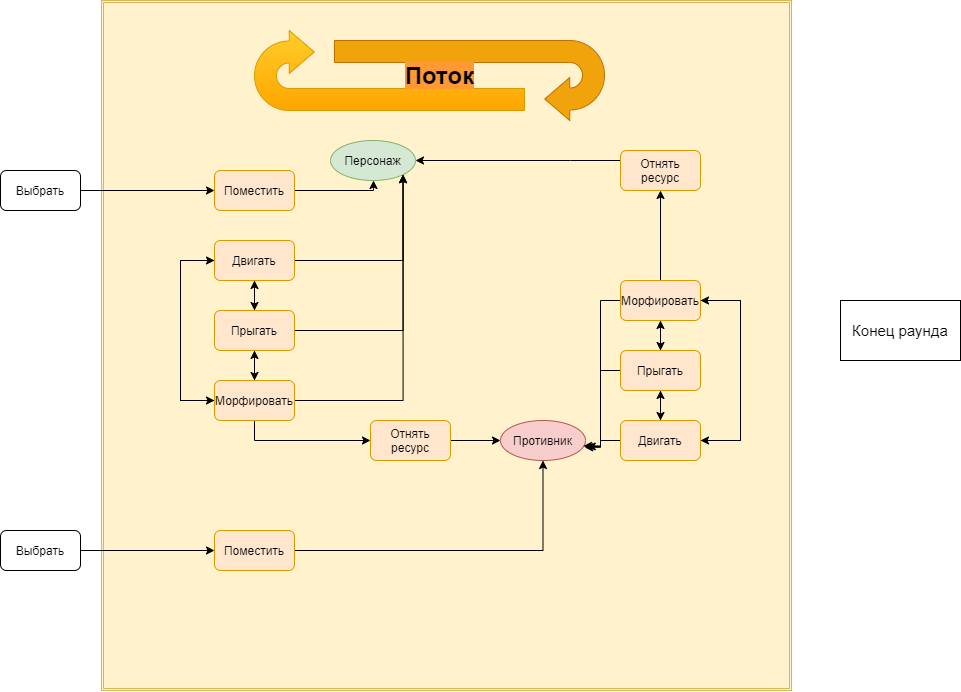
Above: Untitled Diagram.png in jeanko-buzzerBeater/Test (draw.io), before the change. Source tidied: cells renumbered, new cells last; positions are measured from the earlier drawing's top-left corner, leaving out a move shared by most shapes.
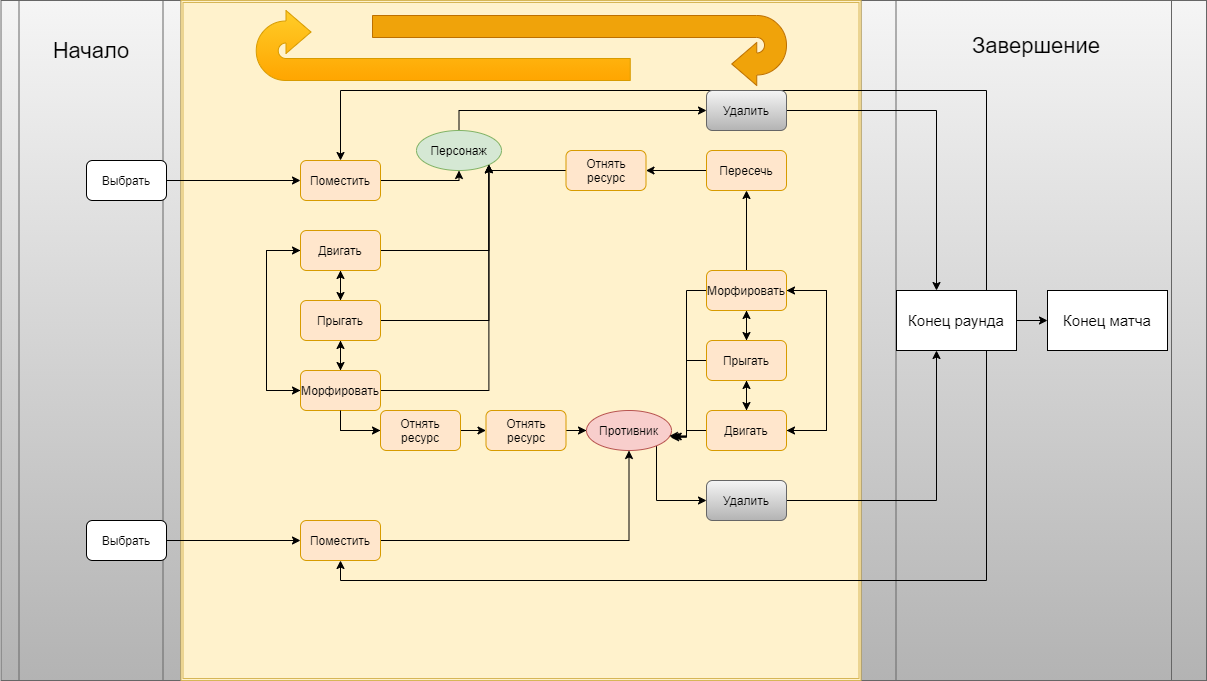
After the change.

Diff of the diagram source:
```diff
@@ -2,12 +2,25 @@
   <root>
     <mxCell id="0" />
     <mxCell id="1" parent="0" />
+    <mxCell id="48" style="shape=process;whiteSpace=wrap;html=1;backgroundOutline=1;gradientColor=#b3b3b3;fillColor=#f5f5f5;strokeColor=#666666;" parent="1" vertex="1">
+      <mxGeometry x="774.5" y="10" width="345.5" height="680" as="geometry" />
+    </mxCell>
+    <mxCell id="49" style="shape=process;whiteSpace=wrap;html=1;backgroundOutline=1;gradientColor=#b3b3b3;fillColor=#f5f5f5;strokeColor=#666666;" parent="1" vertex="1">
+      <mxGeometry x="-85.5" y="10" width="180" height="680" as="geometry" />
+    </mxCell>
     <mxCell id="2" value="Выбрать" style="rounded=1;whiteSpace=wrap;html=1;" parent="1" vertex="1">
       <mxGeometry y="170" width="80" height="40" as="geometry" />
     </mxCell>
     <mxCell id="3" style="shape=ext;double=1;whiteSpace=wrap;html=1;fillColor=#fff2cc;strokeColor=#d6b656;" parent="1" vertex="1">
-      <mxGeometry x="101" width="690" height="690" as="geometry" />
+      <mxGeometry x="94.5" y="10" width="680" height="680" as="geometry" />
     </mxCell>
+    <mxCell id="50" style="edgeStyle=orthogonalEdgeStyle;rounded=0;jettySize=auto;html=1;" parent="1" edge="1" source="4" target="64">
+      <mxGeometry relative="1" as="geometry">
+        <Array as="points">
+          <mxPoint x="373" y="120" />
+        </Array>
+      </mxGeometry>
+    </mxCell>
     <mxCell id="4" value="Персонаж" style="ellipse;whiteSpace=wrap;html=1;fillColor=#d5e8d4;strokeColor=#82b366;" parent="1" vertex="1">
       <mxGeometry x="330" y="140" width="85" height="40" as="geometry" />
     </mxCell>
@@ -62,7 +75,7 @@
         </Array>
       </mxGeometry>
     </mxCell>
-    <mxCell id="17" style="edgeStyle=orthogonalEdgeStyle;rounded=0;jettySize=auto;html=1;entryX=0;entryY=0.5;entryDx=0;entryDy=0;" parent="1" edge="1" source="18" target="20">
+    <mxCell id="17" style="edgeStyle=orthogonalEdgeStyle;rounded=0;jettySize=auto;html=1;entryX=0;entryY=0.5;entryDx=0;entryDy=0;" parent="1" edge="1" source="59" target="20">
       <mxGeometry relative="1" as="geometry">
         <Array as="points">
           <mxPoint x="254" y="440" />
@@ -72,14 +85,19 @@
     <mxCell id="18" value="Морфировать" style="rounded=1;whiteSpace=wrap;html=1;fillColor=#ffe6cc;strokeColor=#d79b00;" parent="1" vertex="1">
       <mxGeometry x="214" y="380" width="80" height="40" as="geometry" />
     </mxCell>
-    <mxCell id="19" style="edgeStyle=orthogonalEdgeStyle;rounded=0;jettySize=auto;html=1;" parent="1" edge="1" source="20">
-      <mxGeometry relative="1" as="geometry">
-        <mxPoint x="500" y="440" as="targetPoint" />
-      </mxGeometry>
-    </mxCell>
+    <mxCell id="51" style="edgeStyle=orthogonalEdgeStyle;rounded=0;jettySize=auto;html=1;" parent="1" edge="1" source="20" target="21">
+      <mxGeometry relative="1" as="geometry" />
+    </mxCell>
     <mxCell id="20" value="Отнять&lt;br&gt;ресурс" style="rounded=1;whiteSpace=wrap;html=1;fillColor=#ffe6cc;strokeColor=#d79b00;" parent="1" vertex="1">
-      <mxGeometry x="370" y="420" width="80" height="40" as="geometry" />
+      <mxGeometry x="399.5" y="420" width="80" height="40" as="geometry" />
     </mxCell>
+    <mxCell id="52" style="edgeStyle=orthogonalEdgeStyle;rounded=0;jettySize=auto;html=1;entryX=0;entryY=0.5;entryDx=0;entryDy=0;" parent="1" edge="1" source="21" target="62">
+      <mxGeometry relative="1" as="geometry">
+        <Array as="points">
+          <mxPoint x="570" y="510" />
+        </Array>
+      </mxGeometry>
+    </mxCell>
     <mxCell id="21" value="Противник" style="ellipse;whiteSpace=wrap;html=1;fillColor=#f8cecc;strokeColor=#b85450;" parent="1" vertex="1">
       <mxGeometry x="500" y="420" width="85" height="40" as="geometry" />
     </mxCell>
@@ -120,9 +138,9 @@
         </Array>
       </mxGeometry>
     </mxCell>
-    <mxCell id="31" style="edgeStyle=orthogonalEdgeStyle;rounded=0;jettySize=auto;html=1;" parent="1" edge="1" source="32" target="43">
-      <mxGeometry relative="1" as="geometry" />
-    </mxCell>
+    <mxCell id="53" style="edgeStyle=orthogonalEdgeStyle;rounded=0;jettySize=auto;html=1;entryX=0.5;entryY=1;entryDx=0;entryDy=0;" parent="1" edge="1" source="32" target="58">
+      <mxGeometry relative="1" as="geometry" />
+    </mxCell>
     <mxCell id="32" value="Морфировать" style="rounded=1;whiteSpace=wrap;html=1;fillColor=#ffe6cc;strokeColor=#d79b00;" parent="1" vertex="1">
       <mxGeometry x="620" y="280" width="80" height="40" as="geometry" />
     </mxCell>
@@ -163,28 +181,84 @@
     <mxCell id="41" value="Двигать" style="rounded=1;whiteSpace=wrap;html=1;fillColor=#ffe6cc;strokeColor=#d79b00;" parent="1" vertex="1">
       <mxGeometry x="620" y="420" width="80" height="40" as="geometry" />
     </mxCell>
-    <mxCell id="42" style="edgeStyle=orthogonalEdgeStyle;rounded=0;jettySize=auto;html=1;" parent="1" edge="1" source="43" target="4">
+    <mxCell id="42" style="edgeStyle=orthogonalEdgeStyle;rounded=0;jettySize=auto;html=1;entryX=1;entryY=1;entryDx=0;entryDy=0;" parent="1" edge="1" source="43" target="4">
       <mxGeometry relative="1" as="geometry">
         <Array as="points">
-          <mxPoint x="570" y="160" />
-          <mxPoint x="570" y="160" />
+          <mxPoint x="403" y="180" />
         </Array>
       </mxGeometry>
     </mxCell>
     <mxCell id="43" value="Отнять&lt;br&gt;ресурс" style="rounded=1;whiteSpace=wrap;html=1;fillColor=#ffe6cc;strokeColor=#d79b00;" parent="1" vertex="1">
-      <mxGeometry x="620" y="150" width="80" height="40" as="geometry" />
+      <mxGeometry x="479.5" y="160" width="80" height="40" as="geometry" />
     </mxCell>
+    <mxCell id="54" style="edgeStyle=orthogonalEdgeStyle;rounded=0;jettySize=auto;html=1;" parent="1" edge="1" source="44" target="22">
+      <mxGeometry relative="1" as="geometry">
+        <Array as="points">
+          <mxPoint x="900" y="100" />
+          <mxPoint x="254" y="100" />
+        </Array>
+      </mxGeometry>
+    </mxCell>
+    <mxCell id="55" style="edgeStyle=orthogonalEdgeStyle;rounded=0;jettySize=auto;html=1;entryX=0.5;entryY=1;entryDx=0;entryDy=0;" parent="1" edge="1" source="44" target="26">
+      <mxGeometry relative="1" as="geometry">
+        <Array as="points">
+          <mxPoint x="900" y="590" />
+          <mxPoint x="254" y="590" />
+        </Array>
+      </mxGeometry>
+    </mxCell>
+    <mxCell id="56" style="edgeStyle=orthogonalEdgeStyle;rounded=0;jettySize=auto;html=1;" parent="1" edge="1" source="44" target="65">
+      <mxGeometry relative="1" as="geometry" />
+    </mxCell>
     <mxCell id="44" value="&lt;font style=&quot;font-size: 15px&quot;&gt;Конец раунда&lt;/font&gt;" style="rounded=0;whiteSpace=wrap;html=1;" parent="1" vertex="1">
-      <mxGeometry x="840" y="300" width="120" height="60" as="geometry" />
+      <mxGeometry x="810" y="300" width="120" height="60" as="geometry" />
     </mxCell>
     <mxCell id="45" style="html=1;shadow=0;dashed=0;align=center;verticalAlign=middle;shape=mxgraph.arrows2.uTurnArrow;dy=11;arrowHead=43;dx2=25;gradientColor=#ffa500;fillColor=#ffcd28;strokeColor=#d79b00;" parent="1" vertex="1">
-      <mxGeometry x="254" y="30" width="270" height="80" as="geometry" />
+      <mxGeometry x="169.8" y="20" width="374" height="70" as="geometry" />
     </mxCell>
     <mxCell id="46" style="html=1;shadow=0;dashed=0;align=center;verticalAlign=middle;shape=mxgraph.arrows2.uTurnArrow;dy=11;arrowHead=43;dx2=25;rotation=-180;fillColor=#f0a30a;strokeColor=#BD7000;fontColor=#ffffff;" parent="1" vertex="1">
-      <mxGeometry x="334" y="40" width="270" height="80" as="geometry" />
+      <mxGeometry x="286" y="25" width="414" height="70" as="geometry" />
     </mxCell>
-    <mxCell id="47" value="&lt;h1&gt;&lt;span style=&quot;background-color: rgb(255 , 153 , 51)&quot;&gt;Поток&lt;/span&gt;&lt;/h1&gt;" style="text;html=1;strokeColor=none;fillColor=none;align=center;verticalAlign=middle;whiteSpace=wrap;rounded=0;" parent="1" vertex="1">
-      <mxGeometry x="345" y="60" width="189" height="30" as="geometry" />
-    </mxCell>
+    <mxCell id="57" style="edgeStyle=orthogonalEdgeStyle;rounded=0;jettySize=auto;html=1;entryX=1;entryY=0.5;entryDx=0;entryDy=0;" parent="1" edge="1" source="58" target="43">
+      <mxGeometry relative="1" as="geometry" />
+    </mxCell>
+    <mxCell id="58" value="Пересечь" style="rounded=1;whiteSpace=wrap;html=1;fillColor=#ffe6cc;strokeColor=#d79b00;" parent="1" vertex="1">
+      <mxGeometry x="620" y="160" width="80" height="40" as="geometry" />
+    </mxCell>
+    <mxCell id="59" value="Отнять&lt;br&gt;ресурс" style="rounded=1;whiteSpace=wrap;html=1;fillColor=#ffe6cc;strokeColor=#d79b00;" parent="1" vertex="1">
+      <mxGeometry x="294" y="420" width="80" height="40" as="geometry" />
+    </mxCell>
+    <mxCell id="60" style="edgeStyle=orthogonalEdgeStyle;rounded=0;jettySize=auto;html=1;entryX=0;entryY=0.5;entryDx=0;entryDy=0;" parent="1" edge="1" source="18" target="59">
+      <mxGeometry relative="1" as="geometry" />
+    </mxCell>
+    <mxCell id="61" style="edgeStyle=orthogonalEdgeStyle;rounded=0;jettySize=auto;html=1;" parent="1" edge="1" source="62" target="44">
+      <mxGeometry relative="1" as="geometry">
+        <Array as="points">
+          <mxPoint x="850" y="510" />
+        </Array>
+      </mxGeometry>
+    </mxCell>
+    <mxCell id="62" value="Удалить" style="rounded=1;whiteSpace=wrap;html=1;fillColor=#f5f5f5;strokeColor=#666666;gradientColor=#b3b3b3;" parent="1" vertex="1">
+      <mxGeometry x="620" y="490" width="80" height="40" as="geometry" />
+    </mxCell>
+    <mxCell id="63" style="edgeStyle=orthogonalEdgeStyle;rounded=0;jettySize=auto;html=1;" parent="1" edge="1" source="64" target="44">
+      <mxGeometry relative="1" as="geometry">
+        <Array as="points">
+          <mxPoint x="850" y="120" />
+        </Array>
+      </mxGeometry>
+    </mxCell>
+    <mxCell id="64" value="Удалить" style="rounded=1;whiteSpace=wrap;html=1;fillColor=#f5f5f5;strokeColor=#666666;gradientColor=#b3b3b3;" parent="1" vertex="1">
+      <mxGeometry x="620" y="100" width="80" height="40" as="geometry" />
+    </mxCell>
+    <mxCell id="65" value="&lt;span style=&quot;font-size: 15px&quot;&gt;Конец матча&lt;/span&gt;" style="rounded=0;whiteSpace=wrap;html=1;" parent="1" vertex="1">
+      <mxGeometry x="961" y="300" width="120" height="60" as="geometry" />
+    </mxCell>
+    <mxCell id="66" value="&lt;font style=&quot;font-size: 22px&quot;&gt;Начало&lt;/font&gt;" style="text;html=1;strokeColor=none;fillColor=none;align=center;verticalAlign=middle;whiteSpace=wrap;rounded=0;" parent="1" vertex="1">
+      <mxGeometry x="-15.5" y="50" width="40" height="20" as="geometry" />
+    </mxCell>
+    <mxCell id="67" value="&lt;font style=&quot;font-size: 22px&quot;&gt;Завершение&lt;/font&gt;" style="text;html=1;strokeColor=none;fillColor=none;align=center;verticalAlign=middle;whiteSpace=wrap;rounded=0;" parent="1" vertex="1">
+      <mxGeometry x="930" y="45" width="40" height="20" as="geometry" />
+    </mxCell>
   </root>
 </mxGraphModel>
```
